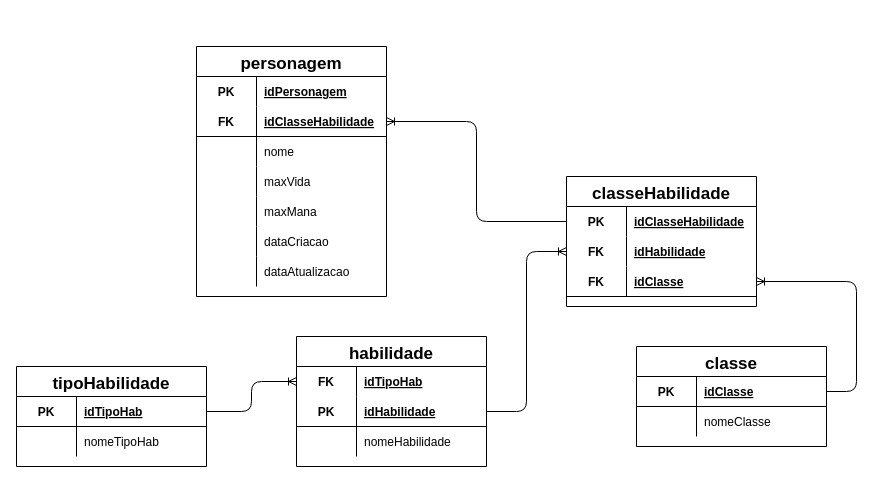
Lucas-Araujo15/HROADS keeps this draw.io diagram as page "logico" (2 of 2) of modelagens/HROADS.drawio. Above is the earlier version. Source tidied: cells renumbered, new cells numbered last; positions are measured from the earlier drawing's top-left corner, leaving out a move shared by most shapes. Both pictures are drawn from the tidied source at 100%, with x=0, y=0 at pixel (16, 46).
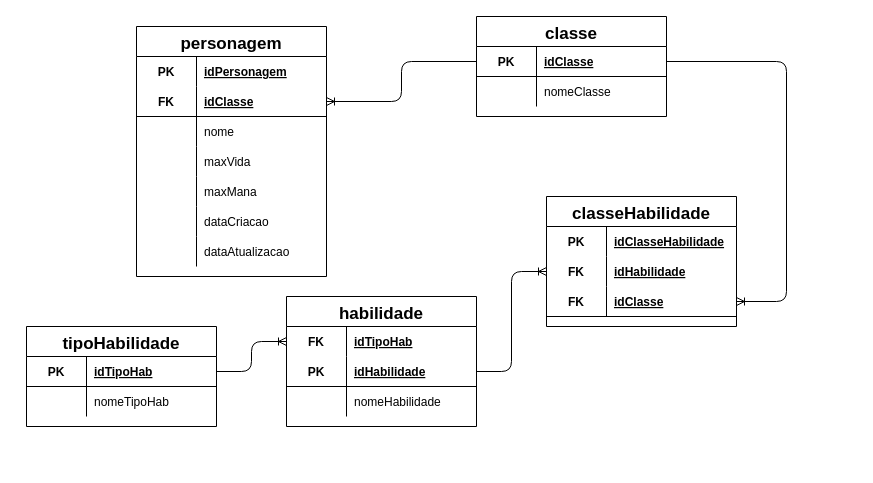
The same diagram, later.

Unchanged cells that the change refers to:
```xml
<mxCell id="3" style="shape=partialRectangle;fillColor=none;top=0;left=0;bottom=0;right=0;points=[[0,0.5],[1,0.5]];portConstraint=eastwest;" parent="2" vertex="1">
  <mxGeometry y="30" width="190" height="30" as="geometry" />
</mxCell>
<mxCell id="9" style="shape=partialRectangle;fillColor=none;top=0;left=0;bottom=1;right=0;points=[[0,0.5],[1,0.5]];portConstraint=eastwest;" parent="2" vertex="1">
  <mxGeometry y="90" width="190" height="30" as="geometry" />
</mxCell>
<mxCell id="16" style="shape=partialRectangle;fillColor=none;top=0;left=0;bottom=1;right=0;points=[[0,0.5],[1,0.5]];portConstraint=eastwest;" parent="12" vertex="1">
  <mxGeometry y="60" width="190" height="30" as="geometry" />
</mxCell>
<mxCell id="35" style="shape=partialRectangle;fillColor=none;top=0;left=0;bottom=1;right=0;points=[[0,0.5],[1,0.5]];portConstraint=eastwest;" parent="34" vertex="1">
  <mxGeometry y="30" width="190" height="30" as="geometry" />
</mxCell>
<mxCell id="42" style="shape=partialRectangle;fillColor=none;top=0;left=0;bottom=0;right=0;points=[[0,0.5],[1,0.5]];portConstraint=eastwest;fontSize=17;" parent="41" vertex="1">
  <mxGeometry y="30" width="190" height="30" as="geometry" />
</mxCell>
<mxCell id="52" style="shape=partialRectangle;fillColor=none;top=0;left=0;bottom=1;right=0;points=[[0,0.5],[1,0.5]];portConstraint=eastwest;" parent="51" vertex="1">
  <mxGeometry y="30" width="190" height="30" as="geometry" />
</mxCell>
```

Change to the diagram source:
```diff
@@
     <mxCell id="2" value="classeHabilidade" style="shape=table;startSize=30;childLayout=tableLayout;rowLines=0;fontStyle=1;align=center;fontSize=17;" parent="1" vertex="1">
-      <mxGeometry x="550" y="130" width="190" height="130" as="geometry" />
+      <mxGeometry x="530" y="150" width="190" height="130" as="geometry" />
     </mxCell>
@@
     <mxCell id="12" value="personagem" style="shape=table;startSize=30;childLayout=tableLayout;rowLines=0;fontStyle=1;align=center;fontSize=17;" parent="1" vertex="1">
-      <mxGeometry x="180" width="190" height="250" as="geometry" />
+      <mxGeometry x="120" y="-20" width="190" height="250" as="geometry" />
     </mxCell>
@@
-    <mxCell id="18" value="idClasseHabilidade" style="shape=partialRectangle;fillColor=none;top=0;left=0;bottom=0;right=0;align=left;spacingLeft=6;fontStyle=5;overflow=hidden;" parent="16" vertex="1">
+    <mxCell id="18" value="idClasse" style="shape=partialRectangle;fillColor=none;top=0;left=0;bottom=0;right=0;align=left;spacingLeft=6;fontStyle=5;overflow=hidden;" parent="16" vertex="1">
       <mxGeometry x="60" width="130" height="30" as="geometry" />
     </mxCell>
@@
     <mxCell id="34" value="classe" style="shape=table;startSize=30;childLayout=tableLayout;rowLines=0;fontStyle=1;align=center;fontSize=17;" parent="1" vertex="1">
-      <mxGeometry x="620" y="300" width="190" height="100" as="geometry" />
+      <mxGeometry x="460" y="-30" width="190" height="100" as="geometry" />
     </mxCell>
@@
     <mxCell id="41" value="habilidade" style="shape=table;startSize=30;childLayout=tableLayout;rowLines=0;fontStyle=1;align=center;fontSize=17;" parent="1" vertex="1">
-      <mxGeometry x="280" y="290" width="190" height="130" as="geometry" />
+      <mxGeometry x="270" y="250" width="190" height="130" as="geometry" />
     </mxCell>
@@
     <mxCell id="51" value="tipoHabilidade" style="shape=table;startSize=30;childLayout=tableLayout;rowLines=0;fontStyle=1;align=center;fontSize=17;" parent="1" vertex="1">
-      <mxGeometry y="320" width="190" height="100" as="geometry" />
+      <mxGeometry x="10" y="280" width="190" height="100" as="geometry" />
     </mxCell>
@@
-    <mxCell id="58" style="edgeStyle=orthogonalEdgeStyle;fontSize=12;html=1;endArrow=ERoneToMany;" parent="1" edge="1" source="3" target="16">
-      <mxGeometry relative="1" as="geometry" />
-    </mxCell>
@@
+    <mxCell id="61" style="edgeStyle=orthogonalEdgeStyle;fontSize=12;html=1;endArrow=ERoneToMany;" parent="1" edge="1" source="52" target="42">
+      <mxGeometry relative="1" as="geometry" />
+    </mxCell>
+    <mxCell id="62" style="edgeStyle=orthogonalEdgeStyle;fontSize=12;html=1;endArrow=ERoneToMany;" parent="1" edge="1" source="35" target="16">
+      <mxGeometry relative="1" as="geometry" />
+    </mxCell>
-    <mxCell id="60" style="edgeStyle=entityRelationEdgeStyle;fontSize=12;html=1;endArrow=ERoneToMany;" parent="1" edge="1" source="35" target="9">
-      <mxGeometry relative="1" as="geometry" />
+    <mxCell id="60" style="edgeStyle=orthogonalEdgeStyle;fontSize=12;html=1;endArrow=ERoneToMany;entryX=1;entryY=0.5;entryDx=0;entryDy=0;" parent="1" edge="1" source="35" target="9">
+      <mxGeometry relative="1" as="geometry">
+        <Array as="points">
+          <mxPoint x="770" y="15" />
+          <mxPoint x="770" y="255" />
+        </Array>
+      </mxGeometry>
     </mxCell>
-    <mxCell id="61" style="edgeStyle=orthogonalEdgeStyle;fontSize=12;html=1;endArrow=ERoneToMany;" parent="1" edge="1" source="52" target="42">
-      <mxGeometry relative="1" as="geometry" />
-    </mxCell>
```
